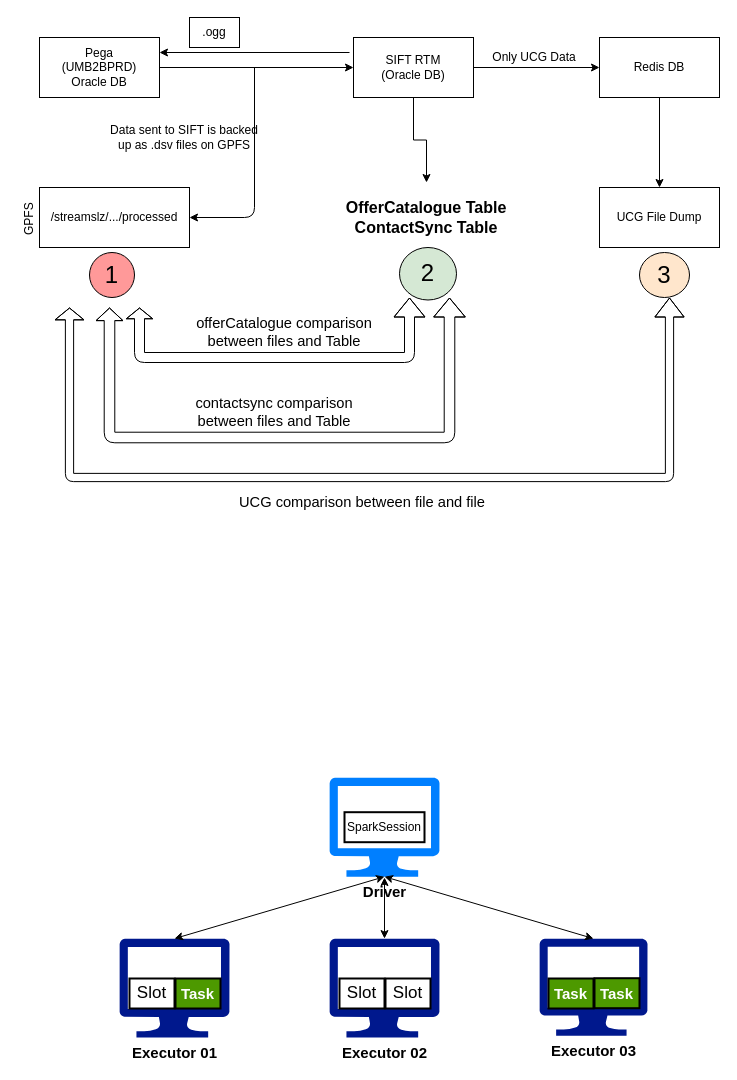
Earlier version of the draw.io diagram Untitled Diagram.drawio (bilalmaxood/rep1). Source tidied: cells renumbered, new cells numbered last; positions are measured from the earlier drawing's top-left corner, leaving out a move shared by most shapes. Both pictures are drawn from the tidied source at 100%, with x=0, y=0 at pixel (9, 17).
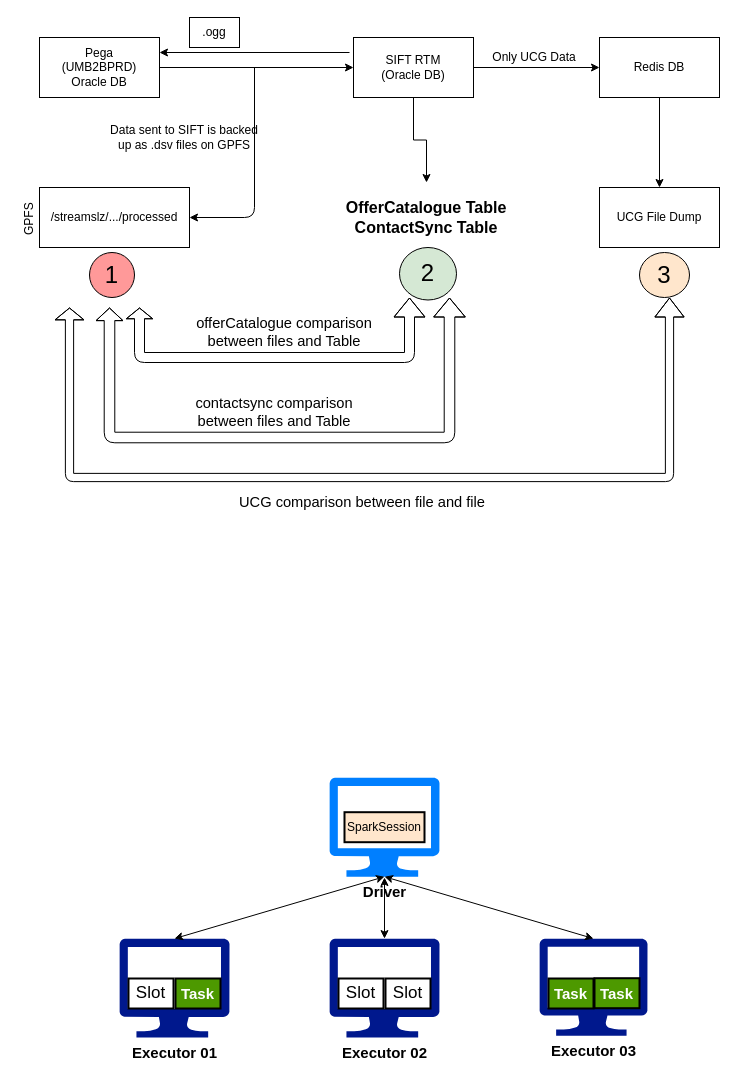
The same diagram, later.

The edit, as a diff of the source:
```diff
@@
     <mxCell id="32" value="Slot" style="rounded=0;whiteSpace=wrap;html=1;fontSize=17;strokeWidth=2;" parent="1" vertex="1">
-      <mxGeometry x="120" y="961" width="45" height="30" as="geometry" />
+      <mxGeometry x="119" y="961" width="45" height="30" as="geometry" />
     </mxCell>
     <mxCell id="33" value="Slot" style="rounded=0;whiteSpace=wrap;html=1;fontSize=17;strokeWidth=2;" parent="1" vertex="1">
-      <mxGeometry x="330" y="961" width="45" height="30" as="geometry" />
+      <mxGeometry x="329" y="961" width="45" height="30" as="geometry" />
     </mxCell>
@@
-    <mxCell id="37" value="SparkSession" style="rounded=0;whiteSpace=wrap;html=1;fontSize=12;strokeWidth=2;" parent="1" vertex="1">
+    <mxCell id="37" value="SparkSession" style="rounded=0;whiteSpace=wrap;html=1;fontSize=12;strokeWidth=2;fillColor=#FFE6CC;" parent="1" vertex="1">
       <mxGeometry x="335" y="794.7" width="80" height="30" as="geometry" />
     </mxCell>
```
